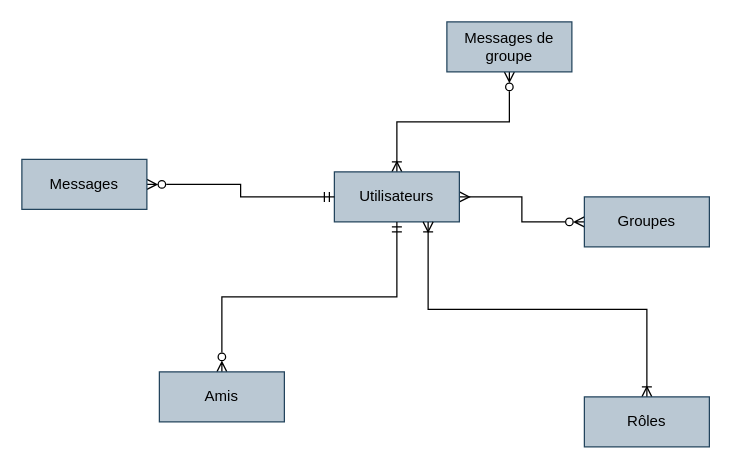
This is Diagramme sans nom.drawio from vsilvanska/examen-info-2023, a draw.io file, before an edit. Source tidied: cells renumbered, new cells numbered last; positions are measured from the earlier drawing's top-left corner, leaving out a move shared by most shapes. Both pictures are drawn from the tidied source at 125%, with x=0, y=0 at pixel (21, 21).
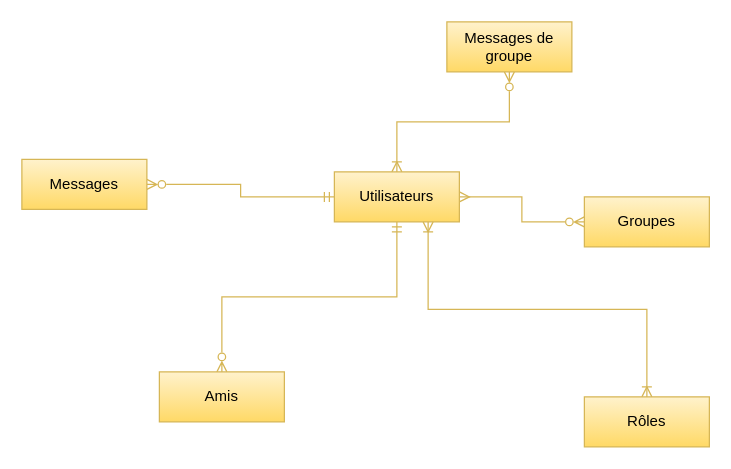
The same page after the edit.

Change to the diagram source:
```diff
@@
 <mxGraphModel>
   <root>
     <mxCell id="0" />
     <mxCell id="1" parent="0" />
-    <mxCell id="2" style="edgeStyle=orthogonalEdgeStyle;rounded=0;jettySize=auto;html=1;exitX=1;exitY=0.5;exitDx=0;exitDy=0;entryX=0;entryY=0.5;entryDx=0;entryDy=0;startArrow=ERmany;startFill=0;endArrow=ERzeroToMany;endFill=0;" parent="1" edge="1" source="4" target="7">
+    <mxCell id="2" style="edgeStyle=orthogonalEdgeStyle;rounded=0;jettySize=auto;html=1;exitX=1;exitY=0.5;exitDx=0;exitDy=0;entryX=0;entryY=0.5;entryDx=0;entryDy=0;startArrow=ERmany;startFill=0;endArrow=ERzeroToMany;endFill=0;fillColor=#fff2cc;strokeColor=#d6b656;gradientColor=#ffd966;" parent="1" edge="1" source="4" target="7">
       <mxGeometry relative="1" as="geometry" />
     </mxCell>
-    <mxCell id="3" style="edgeStyle=orthogonalEdgeStyle;rounded=0;jettySize=auto;html=1;exitX=0.5;exitY=0;exitDx=0;exitDy=0;entryX=0.5;entryY=1;entryDx=0;entryDy=0;startArrow=ERoneToMany;startFill=0;endArrow=ERzeroToMany;endFill=0;" parent="1" edge="1" source="4" target="10">
+    <mxCell id="3" style="edgeStyle=orthogonalEdgeStyle;rounded=0;jettySize=auto;html=1;exitX=0.5;exitY=0;exitDx=0;exitDy=0;entryX=0.5;entryY=1;entryDx=0;entryDy=0;startArrow=ERoneToMany;startFill=0;endArrow=ERzeroToMany;endFill=0;fillColor=#fff2cc;strokeColor=#d6b656;gradientColor=#ffd966;" parent="1" edge="1" source="4" target="10">
       <mxGeometry relative="1" as="geometry" />
     </mxCell>
-    <mxCell id="4" value="Utilisateurs" style="whiteSpace=wrap;html=1;align=center;fillColor=#bac8d3;strokeColor=#23445d;" parent="1" vertex="1">
+    <mxCell id="4" value="Utilisateurs" style="whiteSpace=wrap;html=1;align=center;fillColor=#fff2cc;strokeColor=#d6b656;gradientColor=#ffd966;" parent="1" vertex="1">
       <mxGeometry x="250" y="120" width="100" height="40" as="geometry" />
     </mxCell>
-    <mxCell id="5" style="edgeStyle=orthogonalEdgeStyle;rounded=0;jettySize=auto;html=1;exitX=0.5;exitY=0;exitDx=0;exitDy=0;entryX=0.5;entryY=1;entryDx=0;entryDy=0;endArrow=ERmandOne;endFill=0;startArrow=ERzeroToMany;startFill=0;" parent="1" edge="1" source="6" target="4">
+    <mxCell id="5" style="edgeStyle=orthogonalEdgeStyle;rounded=0;jettySize=auto;html=1;exitX=0.5;exitY=0;exitDx=0;exitDy=0;entryX=0.5;entryY=1;entryDx=0;entryDy=0;endArrow=ERmandOne;endFill=0;startArrow=ERzeroToMany;startFill=0;fillColor=#fff2cc;strokeColor=#d6b656;gradientColor=#ffd966;" parent="1" edge="1" source="6" target="4">
       <mxGeometry relative="1" as="geometry" />
     </mxCell>
-    <mxCell id="6" value="Amis" style="whiteSpace=wrap;html=1;align=center;fillColor=#bac8d3;strokeColor=#23445d;" parent="1" vertex="1">
+    <mxCell id="6" value="Amis" style="whiteSpace=wrap;html=1;align=center;fillColor=#fff2cc;strokeColor=#d6b656;gradientColor=#ffd966;" parent="1" vertex="1">
       <mxGeometry x="110" y="280" width="100" height="40" as="geometry" />
     </mxCell>
-    <mxCell id="7" value="Groupes" style="whiteSpace=wrap;html=1;align=center;fillColor=#bac8d3;strokeColor=#23445d;" parent="1" vertex="1">
+    <mxCell id="7" value="Groupes" style="whiteSpace=wrap;html=1;align=center;fillColor=#fff2cc;strokeColor=#d6b656;gradientColor=#ffd966;" parent="1" vertex="1">
       <mxGeometry x="450" y="140" width="100" height="40" as="geometry" />
     </mxCell>
-    <mxCell id="8" style="edgeStyle=orthogonalEdgeStyle;rounded=0;jettySize=auto;html=1;exitX=1;exitY=0.5;exitDx=0;exitDy=0;entryX=0;entryY=0.5;entryDx=0;entryDy=0;startArrow=ERzeroToMany;startFill=0;endArrow=ERmandOne;endFill=0;" parent="1" edge="1" source="9" target="4">
+    <mxCell id="8" style="edgeStyle=orthogonalEdgeStyle;rounded=0;jettySize=auto;html=1;exitX=1;exitY=0.5;exitDx=0;exitDy=0;entryX=0;entryY=0.5;entryDx=0;entryDy=0;startArrow=ERzeroToMany;startFill=0;endArrow=ERmandOne;endFill=0;fillColor=#fff2cc;strokeColor=#d6b656;gradientColor=#ffd966;" parent="1" edge="1" source="9" target="4">
       <mxGeometry relative="1" as="geometry" />
     </mxCell>
-    <mxCell id="9" value="Messages" style="whiteSpace=wrap;html=1;align=center;fillColor=#bac8d3;strokeColor=#23445d;" parent="1" vertex="1">
+    <mxCell id="9" value="Messages" style="whiteSpace=wrap;html=1;align=center;fillColor=#fff2cc;strokeColor=#d6b656;gradientColor=#ffd966;" parent="1" vertex="1">
       <mxGeometry y="110" width="100" height="40" as="geometry" />
     </mxCell>
-    <mxCell id="10" value="Messages de groupe" style="whiteSpace=wrap;html=1;align=center;fillColor=#bac8d3;strokeColor=#23445d;" parent="1" vertex="1">
+    <mxCell id="10" value="Messages de groupe" style="whiteSpace=wrap;html=1;align=center;fillColor=#fff2cc;strokeColor=#d6b656;gradientColor=#ffd966;" parent="1" vertex="1">
       <mxGeometry x="340" width="100" height="40" as="geometry" />
     </mxCell>
-    <mxCell id="11" style="edgeStyle=orthogonalEdgeStyle;rounded=0;jettySize=auto;html=1;exitX=0.5;exitY=0;exitDx=0;exitDy=0;entryX=0.75;entryY=1;entryDx=0;entryDy=0;startArrow=ERoneToMany;startFill=0;endArrow=ERoneToMany;endFill=0;" parent="1" edge="1" source="12" target="4">
+    <mxCell id="11" style="edgeStyle=orthogonalEdgeStyle;rounded=0;jettySize=auto;html=1;exitX=0.5;exitY=0;exitDx=0;exitDy=0;entryX=0.75;entryY=1;entryDx=0;entryDy=0;startArrow=ERoneToMany;startFill=0;endArrow=ERoneToMany;endFill=0;fillColor=#fff2cc;strokeColor=#d6b656;gradientColor=#ffd966;" parent="1" edge="1" source="12" target="4">
       <mxGeometry relative="1" as="geometry" />
     </mxCell>
-    <mxCell id="12" value="Rôles" style="whiteSpace=wrap;html=1;align=center;fillColor=#bac8d3;strokeColor=#23445d;" parent="1" vertex="1">
+    <mxCell id="12" value="Rôles" style="whiteSpace=wrap;html=1;align=center;fillColor=#fff2cc;strokeColor=#d6b656;gradientColor=#ffd966;" parent="1" vertex="1">
       <mxGeometry x="450" y="300" width="100" height="40" as="geometry" />
     </mxCell>
   </root>
 </mxGraphModel>
```
